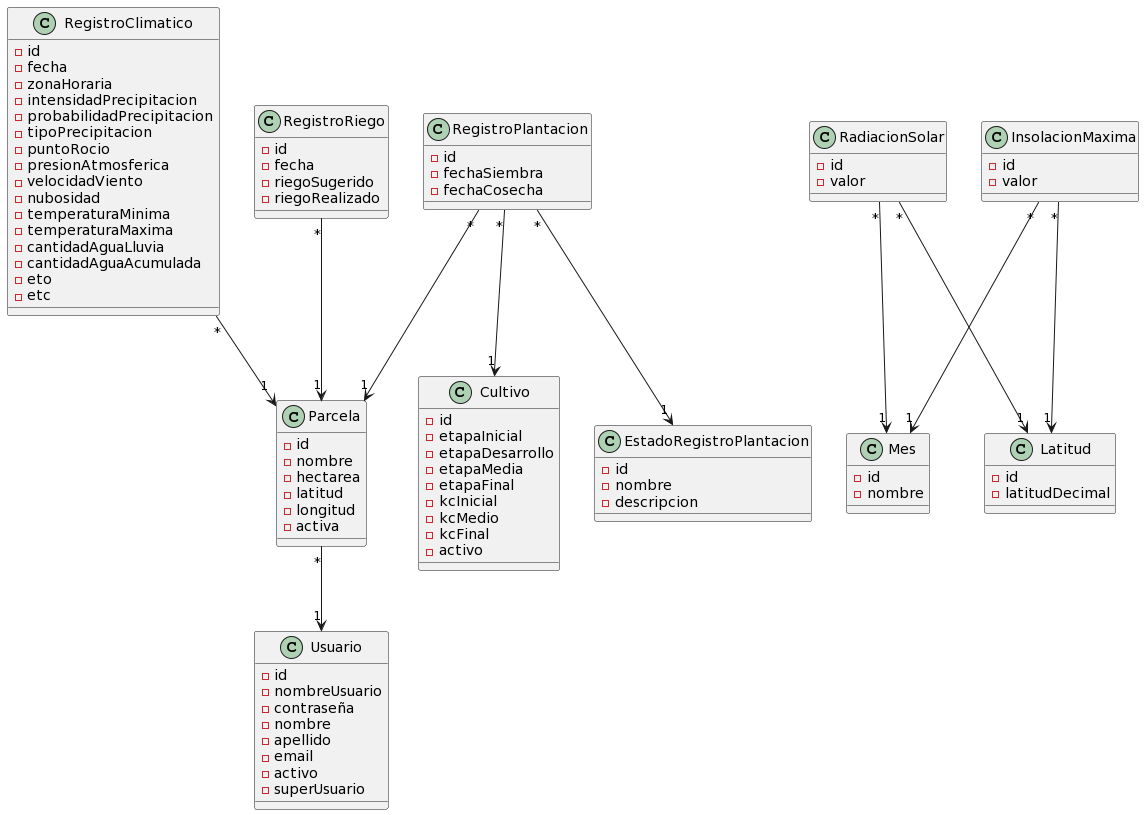
facundopaez-dev/sistema-web-riego keeps this PlantUML diagram as domain model/MDominio: Sistema de riego.png. Above is the earlier version.
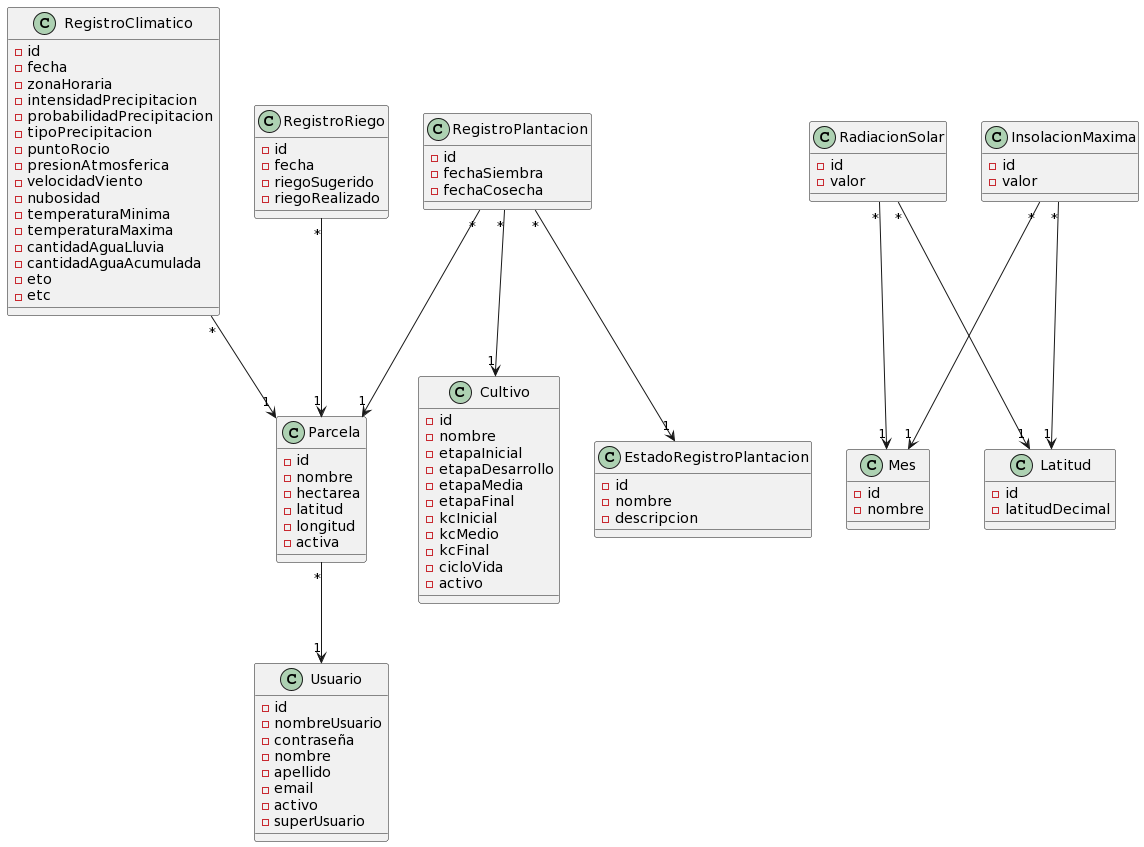
The same file after the commit.

Commit message:
Atributos nombre y cicloVida agregados a la entidad Cultivo, modelo de dominio

Diff of the diagram source:
```diff
@@ -21,6 +21,7 @@
 
 class Cultivo {
 -id
+-nombre
 -etapaInicial
 -etapaDesarrollo
 -etapaMedia
@@ -28,6 +29,7 @@
 -kcInicial
 -kcMedio
 -kcFinal
+-cicloVida
 -activo
 }
 
```
